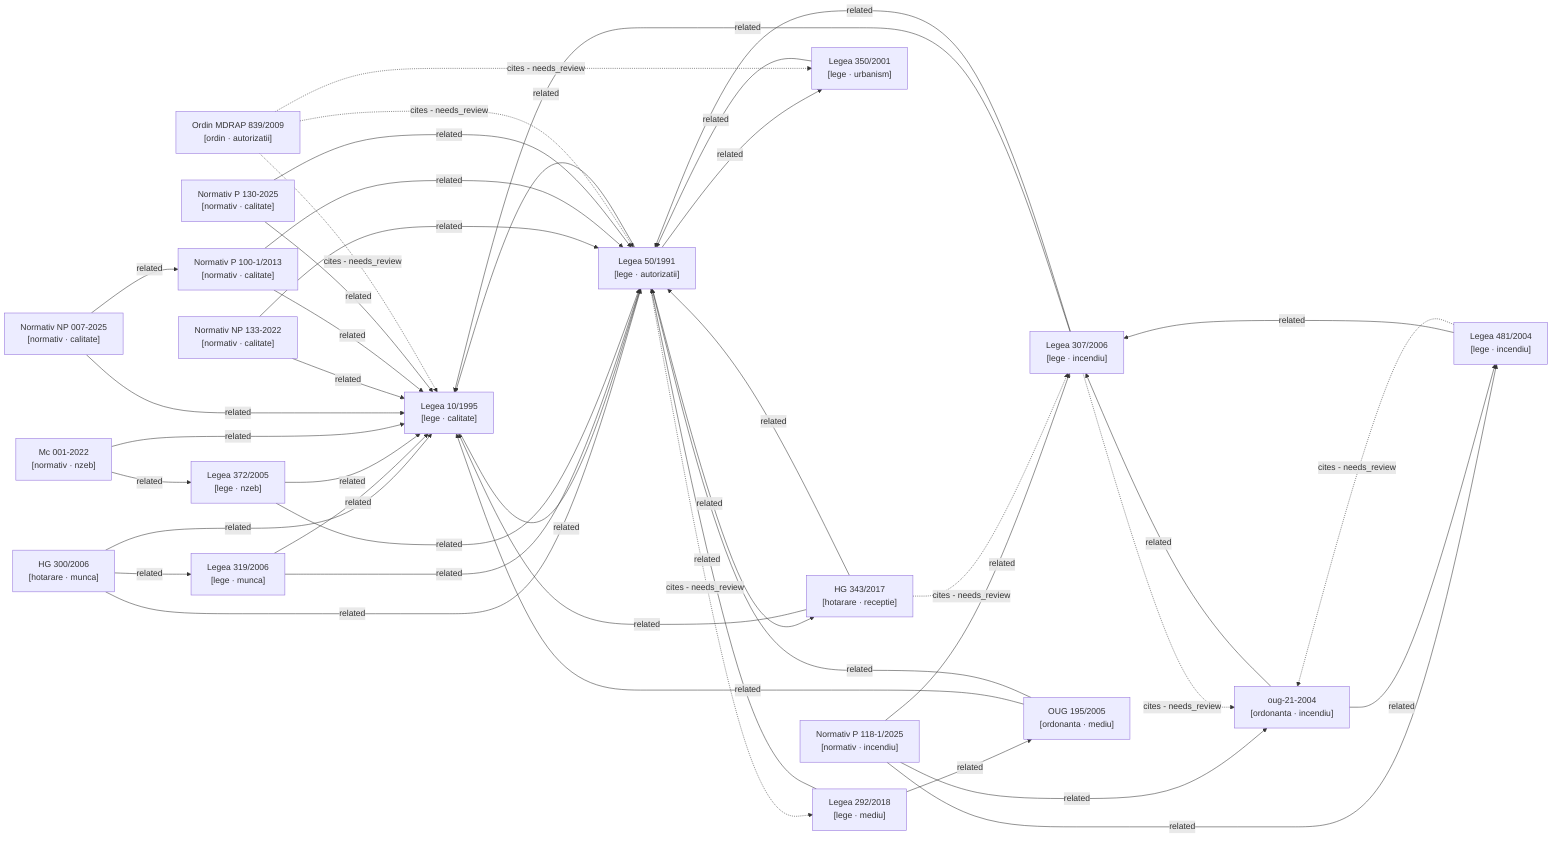
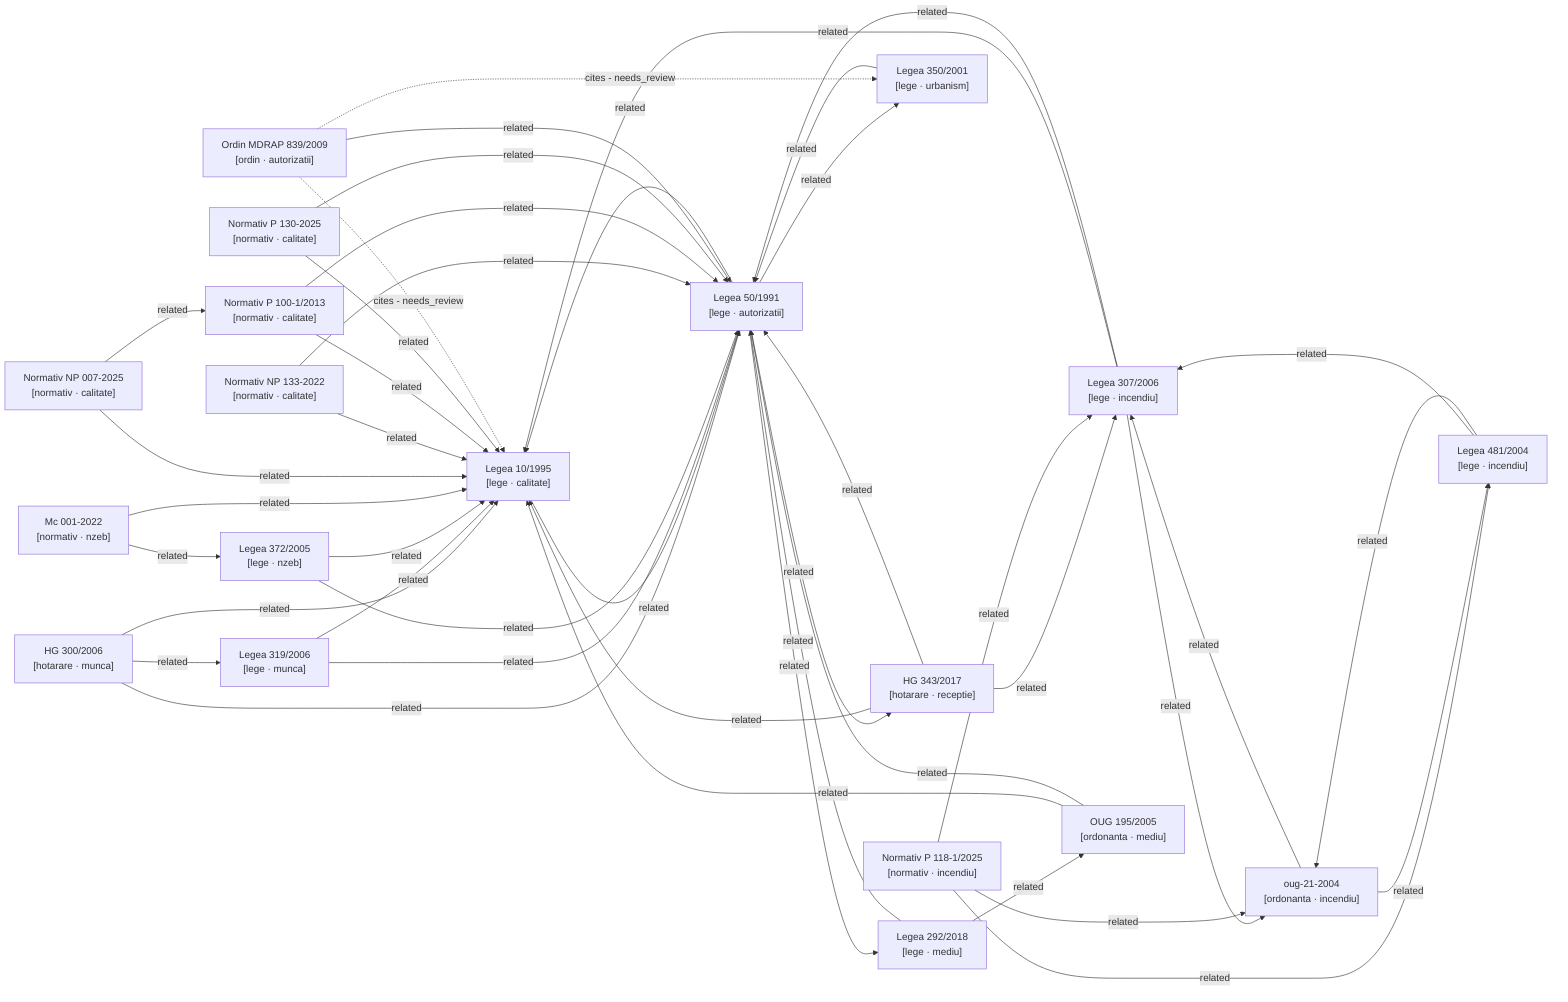
graph LR

  %% Nodes
  hg-300-2006["HG 300/2006\n[hotarare · munca]"]
  hg-343-2017["HG 343/2017\n[hotarare · receptie]"]
  lege-10-1995["Legea 10/1995\n[lege · calitate]"]
  lege-292-2018["Legea 292/2018\n[lege · mediu]"]
  lege-307-2006["Legea 307/2006\n[lege · incendiu]"]
  lege-319-2006["Legea 319/2006\n[lege · munca]"]
  lege-350-2001["Legea 350/2001\n[lege · urbanism]"]
  lege-372-2005["Legea 372/2005\n[lege · nzeb]"]
  lege-481-2004["Legea 481/2004\n[lege · incendiu]"]
  lege-50-1991["Legea 50/1991\n[lege · autorizatii]"]
  metodologie-mc001-2022["Mc 001-2022\n[normativ · nzeb]"]
  normativ-np007-2025["Normativ NP 007-2025\n[normativ · calitate]"]
  normativ-np133-2022["Normativ NP 133-2022\n[normativ · calitate]"]
  normativ-p100-1-2013["Normativ P 100-1/2013\n[normativ · calitate]"]
  normativ-p118-1-2025["Normativ P 118-1/2025\n[normativ · incendiu]"]
  normativ-p130-2025["Normativ P 130-2025\n[normativ · calitate]"]
  ordin-839-2009["Ordin MDRAP 839/2009\n[ordin · autorizatii]"]
  oug-195-2005["OUG 195/2005\n[ordonanta · mediu]"]
  oug-21-2004["oug-21-2004\n[ordonanta · incendiu]"]

  %% Confirmed relationships (from metadata related_acts)
  hg-300-2006 -->|related| lege-10-1995
  hg-300-2006 -->|related| lege-319-2006
  hg-300-2006 -->|related| lege-50-1991
  hg-343-2017 -->|related| lege-10-1995
+   hg-343-2017 -->|related| lege-307-2006
  hg-343-2017 -->|related| lege-50-1991
  lege-10-1995 -->|related| lege-50-1991
  lege-292-2018 -->|related| lege-50-1991
  lege-292-2018 -->|related| oug-195-2005
  lege-307-2006 -->|related| lege-10-1995
  lege-307-2006 -->|related| lege-50-1991
+   lege-307-2006 -->|related| oug-21-2004
  lege-319-2006 -->|related| lege-10-1995
  lege-319-2006 -->|related| lege-50-1991
  lege-350-2001 -->|related| lege-50-1991
  lege-372-2005 -->|related| lege-10-1995
  lege-372-2005 -->|related| lege-50-1991
  lege-481-2004 -->|related| lege-307-2006
+   lege-481-2004 -->|related| oug-21-2004
  lege-50-1991 -->|related| hg-343-2017
  lege-50-1991 -->|related| lege-10-1995
+   lege-50-1991 -->|related| lege-292-2018
  lege-50-1991 -->|related| lege-350-2001
  metodologie-mc001-2022 -->|related| lege-10-1995
  metodologie-mc001-2022 -->|related| lege-372-2005
  normativ-np007-2025 -->|related| lege-10-1995
  normativ-np007-2025 -->|related| normativ-p100-1-2013
  normativ-np133-2022 -->|related| lege-10-1995
  normativ-np133-2022 -->|related| lege-50-1991
  normativ-p100-1-2013 -->|related| lege-10-1995
  normativ-p100-1-2013 -->|related| lege-50-1991
  normativ-p118-1-2025 -->|related| lege-307-2006
  normativ-p118-1-2025 -->|related| lege-481-2004
  normativ-p118-1-2025 -->|related| oug-21-2004
  normativ-p130-2025 -->|related| lege-10-1995
  normativ-p130-2025 -->|related| lege-50-1991
+   ordin-839-2009 -->|related| lege-50-1991
  oug-195-2005 -->|related| lege-10-1995
  oug-195-2005 -->|related| lege-50-1991
  oug-21-2004 -->|related| lege-307-2006
  oug-21-2004 -->|related| lege-481-2004

  %% Auto-detected relationships (needs_review)
-   hg-343-2017 -.->|cites - needs_review| lege-307-2006
-   lege-307-2006 -.->|cites - needs_review| oug-21-2004
-   lege-481-2004 -.->|cites - needs_review| oug-21-2004
-   lege-50-1991 -.->|cites - needs_review| lege-292-2018
  ordin-839-2009 -.->|cites - needs_review| lege-10-1995
  ordin-839-2009 -.->|cites - needs_review| lege-350-2001
-   ordin-839-2009 -.->|cites - needs_review| lege-50-1991
